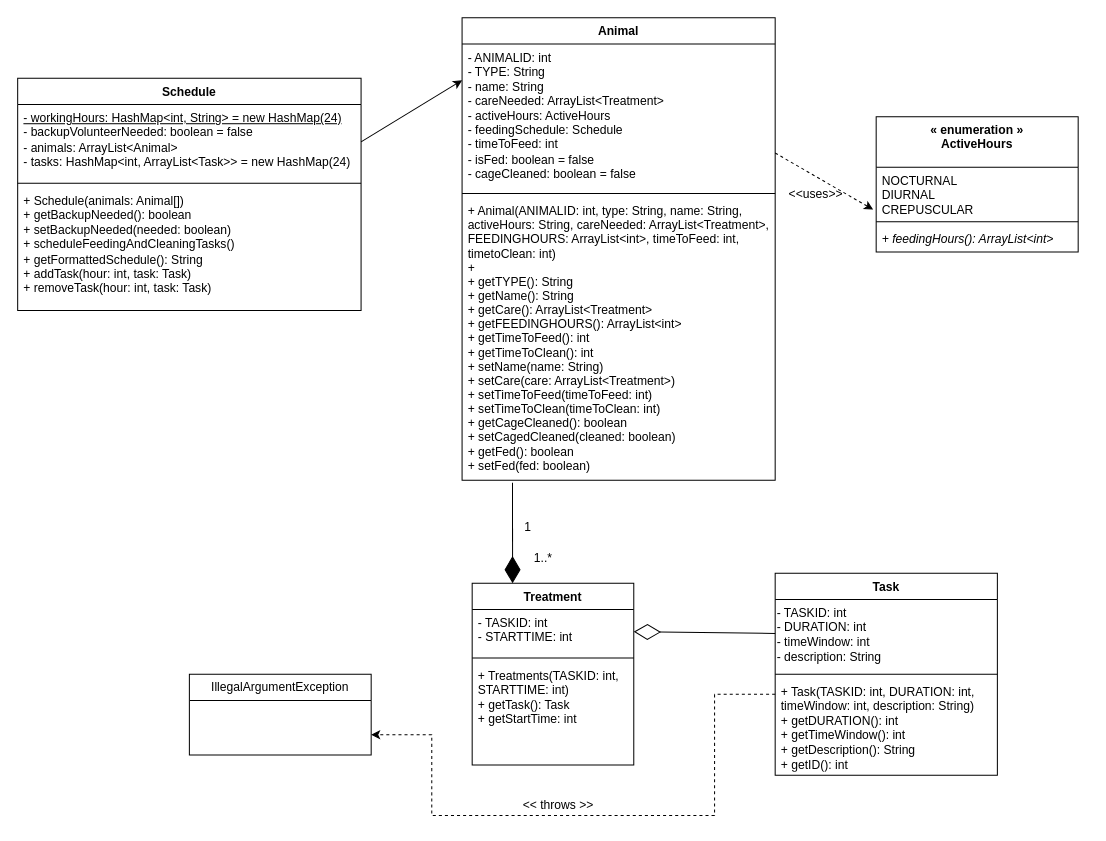
Before: 64.drawio in aryan-karadia/Mock-Schedule-Builder, a draw.io diagram. Source tidied: cells renumbered, new cells numbered last; positions are measured from the earlier drawing's top-left corner, leaving out a move shared by most shapes. Both pictures are drawn from the tidied source at 101%, with x=0, y=0 at pixel (17, 17).
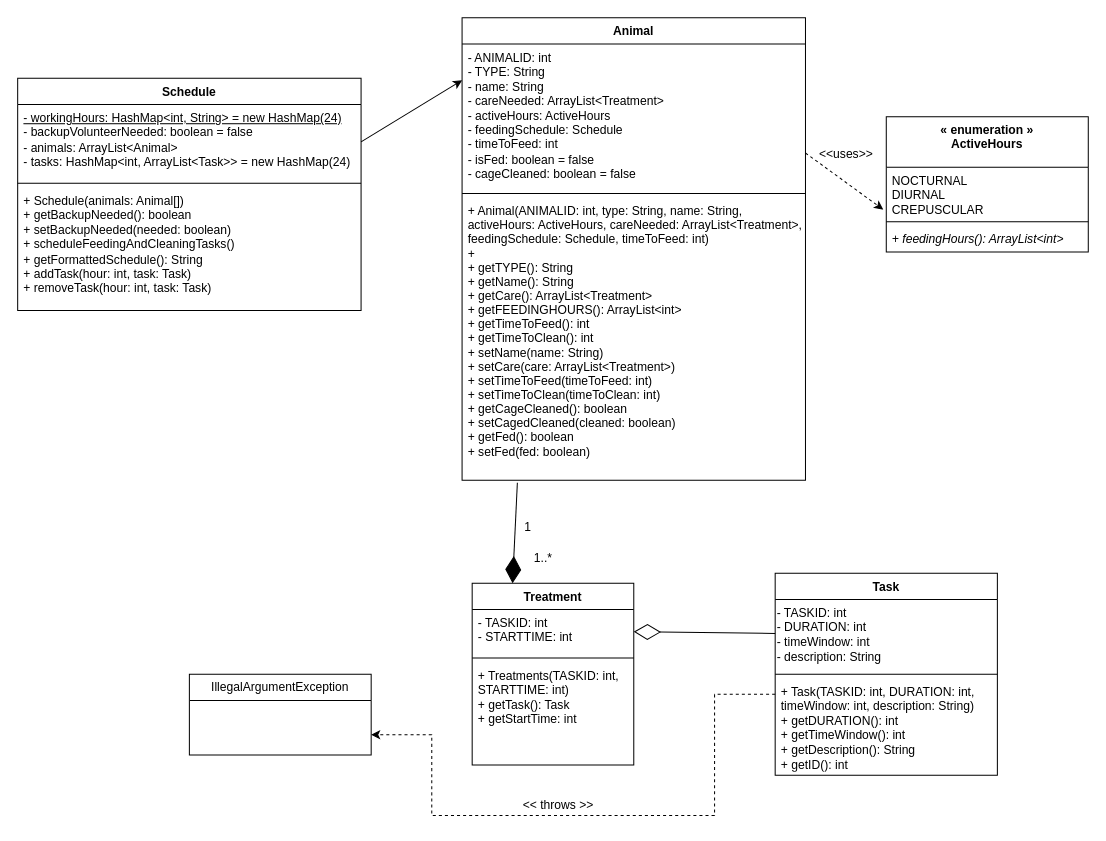
Above is the later version.

Commit message:
Animal Class: Removed timeToClean from constructor and added activeHours: ActiveHours

Diff of the diagram source:
```diff
@@
     <mxCell id="2" value="Animal" style="swimlane;fontStyle=1;align=center;verticalAlign=top;horizontal=1;startSize=26;" parent="1" vertex="1">
-      <mxGeometry x="440" width="310" height="458" as="geometry" />
+      <mxGeometry x="440" width="340" height="458" as="geometry" />
     </mxCell>
     <mxCell id="3" value="&lt;span style=&quot;font-family: Helvetica; font-size: 12px; font-style: normal; font-variant-ligatures: normal; font-variant-caps: normal; font-weight: 400; letter-spacing: normal; orphans: 2; text-align: left; text-indent: 0px; text-transform: none; widows: 2; word-spacing: 0px; -webkit-text-stroke-width: 0px; text-decoration-thickness: initial; text-decoration-style: initial; text-decoration-color: initial; float: none; display: inline !important;&quot;&gt;- ANIMALID: int&lt;br&gt;- TYPE: String&lt;br&gt;- name: String&lt;br&gt;- careNeeded: ArrayList&amp;lt;Treatment&amp;gt;&lt;br&gt;- activeHours: ActiveHours&lt;br&gt;- feedingSchedule: Schedule&lt;br&gt;- timeToFeed: int&lt;br&gt;- isFed: boolean = false&lt;br&gt;- cageCleaned: boolean = false&lt;br&gt;&lt;/span&gt;" style="text;whiteSpace=wrap;html=1;labelBackgroundColor=none;fontColor=default;spacingLeft=4;spacingRight=4;fontStyle=0;" parent="2" vertex="1">
-      <mxGeometry y="26" width="310" height="144" as="geometry" />
+      <mxGeometry y="26" width="340" height="144" as="geometry" />
     </mxCell>
     <mxCell id="4" style="line;strokeWidth=1;fillColor=none;align=left;verticalAlign=middle;spacingTop=-1;spacingLeft=3;spacingRight=3;labelPosition=right;strokeColor=inherit;" parent="2" vertex="1">
-      <mxGeometry y="170" width="310" height="8" as="geometry" />
+      <mxGeometry y="170" width="340" height="8" as="geometry" />
     </mxCell>
-    <mxCell id="5" value="+ Animal(ANIMALID: int, type: String, name: String, &#10;activeHours: String, careNeeded: ArrayList&lt;Treatment&gt;, &#10;FEEDINGHOURS: ArrayList&lt;int&gt;, timeToFeed: int, &#10;timetoClean: int)&#10;+ &#10;+ getTYPE(): String&#10;+ getName(): String&#10;+ getCare(): ArrayList&lt;Treatment&gt;&#10;+ getFEEDINGHOURS(): ArrayList&lt;int&gt;&#10;+ getTimeToFeed(): int&#10;+ getTimeToClean(): int&#10;+ setName(name: String)&#10;+ setCare(care: ArrayList&lt;Treatment&gt;)&#10;+ setTimeToFeed(timeToFeed: int)&#10;+ setTimeToClean(timeToClean: int)&#10;+ getCageCleaned(): boolean&#10;+ setCagedCleaned(cleaned: boolean)&#10;+ getFed(): boolean&#10;+ setFed(fed: boolean)&#10;&#10;" style="text;strokeColor=none;fillColor=none;align=left;verticalAlign=top;spacingLeft=4;spacingRight=4;overflow=hidden;points=[[0,0.5],[1,0.5]];portConstraint=eastwest;" parent="2" vertex="1">
-      <mxGeometry y="178" width="310" height="280" as="geometry" />
+    <mxCell id="5" value="+ Animal(ANIMALID: int, type: String, name: String, &#10;activeHours: ActiveHours, careNeeded: ArrayList&lt;Treatment&gt;, &#10;feedingSchedule: Schedule, timeToFeed: int)&#10;+ &#10;+ getTYPE(): String&#10;+ getName(): String&#10;+ getCare(): ArrayList&lt;Treatment&gt;&#10;+ getFEEDINGHOURS(): ArrayList&lt;int&gt;&#10;+ getTimeToFeed(): int&#10;+ getTimeToClean(): int&#10;+ setName(name: String)&#10;+ setCare(care: ArrayList&lt;Treatment&gt;)&#10;+ setTimeToFeed(timeToFeed: int)&#10;+ setTimeToClean(timeToClean: int)&#10;+ getCageCleaned(): boolean&#10;+ setCagedCleaned(cleaned: boolean)&#10;+ getFed(): boolean&#10;+ setFed(fed: boolean)&#10;&#10;" style="text;strokeColor=none;fillColor=none;align=left;verticalAlign=top;spacingLeft=4;spacingRight=4;overflow=hidden;points=[[0,0.5],[1,0.5]];portConstraint=eastwest;" parent="2" vertex="1">
+      <mxGeometry y="178" width="340" height="280" as="geometry" />
     </mxCell>
     <mxCell id="6" value="« enumeration »&lt;br style=&quot;border-color: var(--border-color); font-weight: 400;&quot;&gt;&lt;b style=&quot;border-color: var(--border-color);&quot;&gt;ActiveHours&lt;/b&gt;" style="swimlane;fontStyle=1;align=center;verticalAlign=top;horizontal=1;startSize=50;whiteSpace=wrap;html=1;" parent="1" vertex="1">
-      <mxGeometry x="850" y="98" width="200" height="134" as="geometry" />
+      <mxGeometry x="860" y="98" width="200" height="134" as="geometry" />
     </mxCell>
@@
     <mxCell id="15" value="&amp;lt;&amp;lt;uses&amp;gt;&amp;gt;" style="text;html=1;align=center;verticalAlign=middle;strokeColor=none;fillColor=none;" parent="1" vertex="1">
-      <mxGeometry x="750" y="160" width="80" height="30" as="geometry" />
+      <mxGeometry x="780" y="120" width="80" height="30" as="geometry" />
     </mxCell>
```
